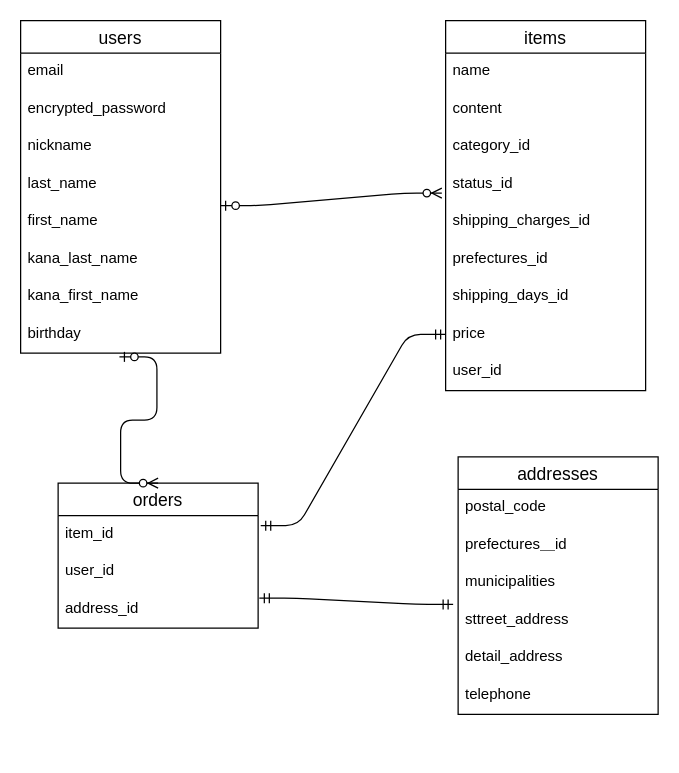
This is ER.dio from yuki1567/furima-36889, a draw.io file, before an edit. Source tidied: cells renumbered, new cells numbered last; positions are measured from the earlier drawing's top-left corner, leaving out a move shared by most shapes. Both pictures are drawn from the tidied source at 125%, with x=0, y=0 at pixel (20, 20).
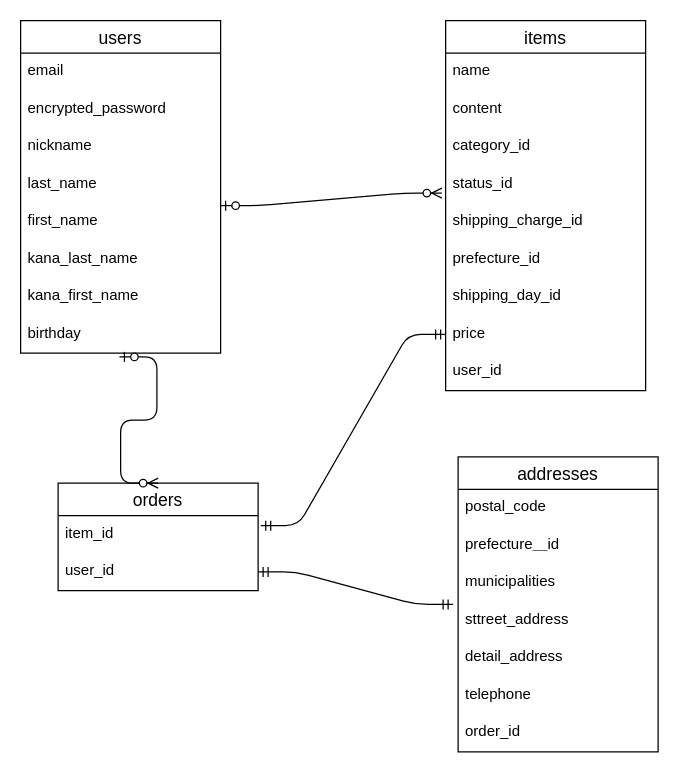
Above is the later version.

Commit message (it also covers changes not shown here):
ER図とデータベース設計修正

The change refers to these unchanged cells:
```xml
<mxCell id="4" value="user_id" style="text;strokeColor=none;fillColor=none;spacingLeft=4;spacingRight=4;overflow=hidden;points=[[0,0.5],[1,0.5]];portConstraint=eastwest;fontSize=12;" parent="2" vertex="1">
  <mxGeometry y="56" width="160" height="30" as="geometry" />
</mxCell>
<mxCell id="19" value="sttreet_address" style="text;strokeColor=none;fillColor=none;spacingLeft=4;spacingRight=4;overflow=hidden;points=[[0,0.5],[1,0.5]];portConstraint=eastwest;fontSize=12;" parent="15" vertex="1">
  <mxGeometry y="116" width="160" height="30" as="geometry" />
</mxCell>
<mxCell id="22" value="items" style="swimlane;fontStyle=0;horizontal=1;startSize=26;align=center;fontSize=14;" parent="1" vertex="1">
  <mxGeometry x="340" width="160" height="296" as="geometry" />
</mxCell>
```

What changed in the source:
```diff
@@
     <mxCell id="2" value="orders" style="swimlane;fontStyle=0;horizontal=1;startSize=26;align=center;fontSize=14;" parent="1" vertex="1">
-      <mxGeometry x="30" y="370" width="160" height="116" as="geometry" />
+      <mxGeometry x="30" y="370" width="160" height="86" as="geometry" />
     </mxCell>
@@
-    <mxCell id="5" value="address_id" style="text;strokeColor=none;fillColor=none;spacingLeft=4;spacingRight=4;overflow=hidden;points=[[0,0.5],[1,0.5]];portConstraint=eastwest;fontSize=12;" parent="2" vertex="1">
-      <mxGeometry y="86" width="160" height="30" as="geometry" />
-    </mxCell>
@@
     <mxCell id="15" value="addresses" style="swimlane;fontStyle=0;horizontal=1;startSize=26;align=center;fontSize=14;" parent="1" vertex="1">
-      <mxGeometry x="350" y="349" width="160" height="206" as="geometry" />
+      <mxGeometry x="350" y="349" width="160" height="236" as="geometry" />
     </mxCell>
@@
-    <mxCell id="17" value="prefectures＿id&#10;" style="text;strokeColor=none;fillColor=none;spacingLeft=4;spacingRight=4;overflow=hidden;fontSize=12;" parent="15" vertex="1">
+    <mxCell id="17" value="prefecture＿id&#10;" style="text;strokeColor=none;fillColor=none;spacingLeft=4;spacingRight=4;overflow=hidden;fontSize=12;" parent="15" vertex="1">
       <mxGeometry y="56" width="160" height="30" as="geometry" />
     </mxCell>
@@
+    <mxCell id="36" value="order_id" style="text;strokeColor=none;fillColor=none;spacingLeft=4;spacingRight=4;overflow=hidden;fontSize=12;" parent="15" vertex="1">
+      <mxGeometry y="206" width="160" height="30" as="geometry" />
+    </mxCell>
@@
-    <mxCell id="27" value="shipping_charges_id" style="text;strokeColor=none;fillColor=none;spacingLeft=4;spacingRight=4;overflow=hidden;fontSize=12;" parent="22" vertex="1">
+    <mxCell id="27" value="shipping_charge_id" style="text;strokeColor=none;fillColor=none;spacingLeft=4;spacingRight=4;overflow=hidden;fontSize=12;" parent="22" vertex="1">
       <mxGeometry y="146" width="160" height="30" as="geometry" />
     </mxCell>
-    <mxCell id="28" value="prefectures_id" style="text;strokeColor=none;fillColor=none;spacingLeft=4;spacingRight=4;overflow=hidden;fontSize=12;" parent="22" vertex="1">
+    <mxCell id="28" value="prefecture_id" style="text;strokeColor=none;fillColor=none;spacingLeft=4;spacingRight=4;overflow=hidden;fontSize=12;" parent="22" vertex="1">
       <mxGeometry y="176" width="160" height="30" as="geometry" />
     </mxCell>
-    <mxCell id="29" value="shipping_days_id" style="text;strokeColor=none;fillColor=none;spacingLeft=4;spacingRight=4;overflow=hidden;fontSize=12;" parent="22" vertex="1">
+    <mxCell id="29" value="shipping_day_id" style="text;strokeColor=none;fillColor=none;spacingLeft=4;spacingRight=4;overflow=hidden;fontSize=12;" parent="22" vertex="1">
       <mxGeometry y="206" width="160" height="30" as="geometry" />
     </mxCell>
@@
-    <mxCell id="35" style="edgeStyle=entityRelationEdgeStyle;fontSize=12;html=1;endArrow=ERmandOne;startArrow=ERmandOne;exitX=1.006;exitY=0.2;exitDx=0;exitDy=0;exitPerimeter=0;entryX=-0.025;entryY=0.067;entryDx=0;entryDy=0;entryPerimeter=0;" parent="1" edge="1" source="5" target="19">
+    <mxCell id="35" style="edgeStyle=entityRelationEdgeStyle;fontSize=12;html=1;endArrow=ERmandOne;startArrow=ERmandOne;exitX=1;exitY=0.5;exitDx=0;exitDy=0;entryX=-0.025;entryY=0.067;entryDx=0;entryDy=0;entryPerimeter=0;" parent="1" edge="1" source="4" target="19">
       <mxGeometry relative="1" as="geometry" />
     </mxCell>
```
